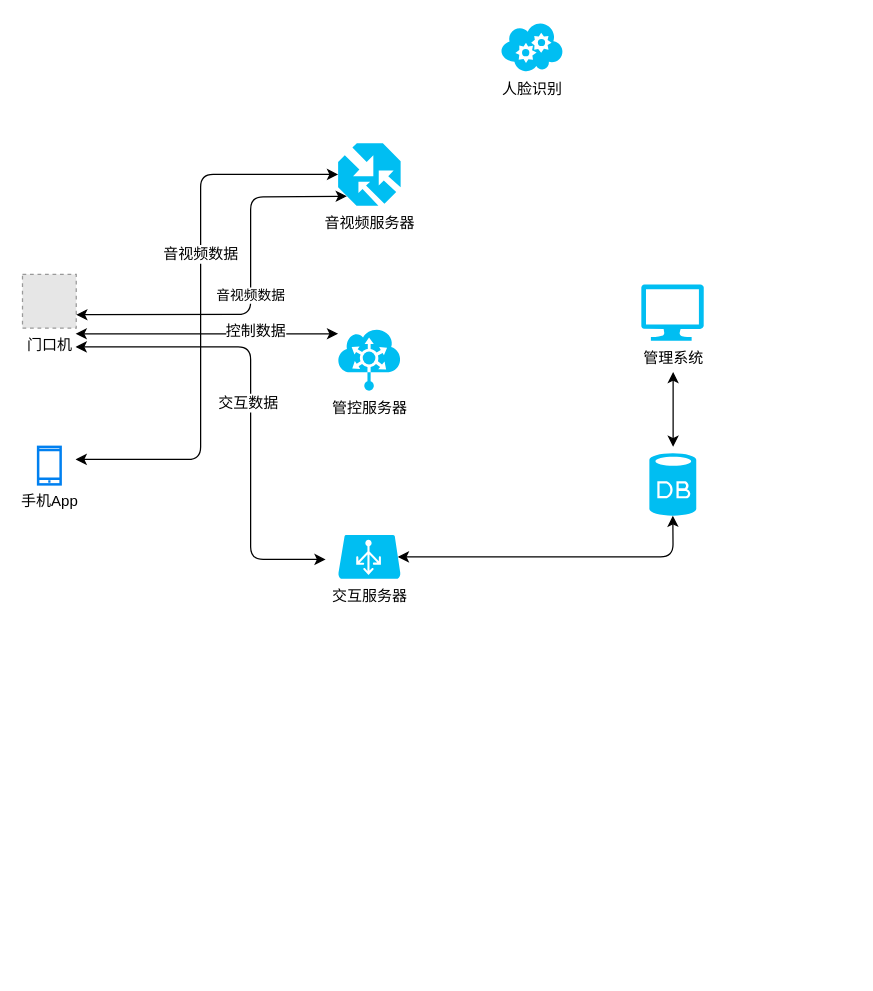
This is page "Page-1" (1 of 2) of smartdoor.drawio from jeffmacn/myjava, a draw.io file, before an edit. Source tidied: cells renumbered, new cells numbered last; positions are measured from the earlier drawing's top-left corner, leaving out a move shared by most shapes. Both pictures are drawn from the tidied source at 125%, with x=0, y=0 at pixel (22, 21). Pictures stored in the file or linked from it are replaced by grey dashed boxes.
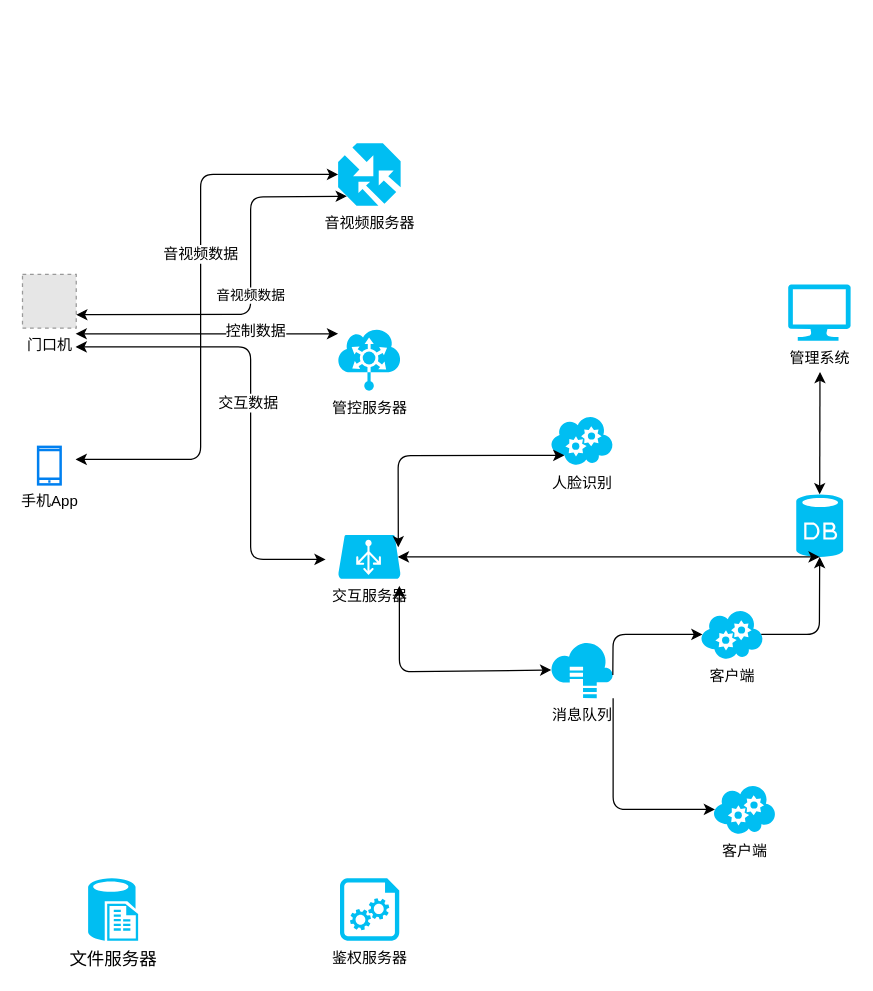
After the change.

The change refers to these unchanged cells:
```xml
<mxCell id="6" value="交互服务器" style="verticalLabelPosition=bottom;html=1;verticalAlign=top;align=center;strokeColor=none;fillColor=#00BEF2;shape=mxgraph.azure.azure_load_balancer;" parent="1" vertex="1">
  <mxGeometry x="252" y="410.5" width="50" height="35" as="geometry" />
</mxCell>
```

What changed in the source:
```diff
@@
     <mxCell id="4" style="verticalLabelPosition=bottom;html=1;verticalAlign=top;align=center;strokeColor=none;fillColor=#00BEF2;shape=mxgraph.azure.database;" parent="1" vertex="1">
-      <mxGeometry x="501" y="345" width="37.5" height="50" as="geometry" />
+      <mxGeometry x="618.5" y="378" width="37.5" height="50" as="geometry" />
     </mxCell>
@@
     <mxCell id="8" value="管理系统" style="verticalLabelPosition=bottom;html=1;verticalAlign=top;align=center;strokeColor=none;fillColor=#00BEF2;shape=mxgraph.azure.computer;" parent="1" vertex="1">
-      <mxGeometry x="494.5" y="210" width="50" height="45" as="geometry" />
+      <mxGeometry x="612" y="210" width="50" height="45" as="geometry" />
     </mxCell>
@@
-    <mxCell id="17" style="endArrow=classic;startArrow=classic;html=1;" parent="1" edge="1">
+    <mxCell id="17" style="endArrow=classic;startArrow=classic;html=1;exitX=0.5;exitY=0;exitDx=0;exitDy=0;exitPerimeter=0;" parent="1" edge="1" source="4">
       <mxGeometry relative="1" as="geometry">
-        <mxPoint x="520" y="340" as="sourcePoint" />
-        <mxPoint x="520" y="280" as="targetPoint" />
+        <mxPoint x="637.5" y="280" as="targetPoint" />
       </mxGeometry>
     </mxCell>
     <mxCell id="18" value="人脸识别" style="verticalLabelPosition=bottom;html=1;verticalAlign=top;align=center;strokeColor=none;fillColor=#00BEF2;shape=mxgraph.azure.cloud_service;" parent="1" vertex="1">
-      <mxGeometry x="382" width="50" height="40" as="geometry" />
+      <mxGeometry x="422" y="314.8" width="50" height="40" as="geometry" />
     </mxCell>
+    <mxCell id="19" value="消息队列" style="verticalLabelPosition=bottom;html=1;verticalAlign=top;align=center;strokeColor=none;fillColor=#00BEF2;shape=mxgraph.azure.storsimple;fontColor=#000000;" parent="1" vertex="1">
+      <mxGeometry x="422" y="496" width="50" height="45" as="geometry" />
+    </mxCell>
+    <mxCell id="20" style="endArrow=classic;startArrow=classic;html=1;fontColor=#000000;exitX=0.01;exitY=0.5;exitDx=0;exitDy=0;exitPerimeter=0;entryX=0.98;entryY=1.162;entryDx=0;entryDy=0;entryPerimeter=0;" parent="1" edge="1" source="19" target="6">
+      <mxGeometry relative="1" as="geometry">
+        <Array as="points">
+          <mxPoint x="301" y="520" />
+        </Array>
+      </mxGeometry>
+    </mxCell>
+    <mxCell id="21" value="客户端" style="verticalLabelPosition=bottom;html=1;verticalAlign=top;align=center;strokeColor=none;fillColor=#00BEF2;shape=mxgraph.azure.cloud_service;fontColor=#000000;" parent="1" vertex="1">
+      <mxGeometry x="542" y="470" width="50" height="40" as="geometry" />
+    </mxCell>
+    <mxCell id="22" style="endArrow=classic;html=1;fontColor=#000000;exitX=0.995;exitY=0.59;exitDx=0;exitDy=0;exitPerimeter=0;entryX=0.03;entryY=0.5;entryDx=0;entryDy=0;entryPerimeter=0;" parent="1" edge="1" source="19" target="21">
+      <mxGeometry relative="1" as="geometry">
+        <Array as="points">
+          <mxPoint x="472" y="490" />
+        </Array>
+      </mxGeometry>
+    </mxCell>
+    <mxCell id="23" style="endArrow=classic;html=1;fontColor=#000000;exitX=0.97;exitY=0.5;exitDx=0;exitDy=0;exitPerimeter=0;entryX=0.5;entryY=1;entryDx=0;entryDy=0;entryPerimeter=0;" parent="1" edge="1" source="21" target="4">
+      <mxGeometry relative="1" as="geometry">
+        <Array as="points">
+          <mxPoint x="637" y="490" />
+        </Array>
+      </mxGeometry>
+    </mxCell>
+    <mxCell id="24" style="endArrow=classic;startArrow=classic;html=1;fontColor=#000000;entryX=0.22;entryY=0.8;entryDx=0;entryDy=0;entryPerimeter=0;exitX=0.963;exitY=0.281;exitDx=0;exitDy=0;exitPerimeter=0;" parent="1" edge="1" source="6" target="18">
+      <mxGeometry relative="1" as="geometry">
+        <Array as="points">
+          <mxPoint x="300" y="347" />
+        </Array>
+      </mxGeometry>
+    </mxCell>
+    <mxCell id="25" value="客户端" style="verticalLabelPosition=bottom;html=1;verticalAlign=top;align=center;strokeColor=none;fillColor=#00BEF2;shape=mxgraph.azure.cloud_service;fontColor=#000000;" parent="1" vertex="1">
+      <mxGeometry x="552" y="610" width="50" height="40" as="geometry" />
+    </mxCell>
+    <mxCell id="26" style="endArrow=classic;html=1;fontColor=#000000;entryX=0.03;entryY=0.5;entryDx=0;entryDy=0;entryPerimeter=0;" parent="1" edge="1" target="25">
+      <mxGeometry relative="1" as="geometry">
+        <mxPoint x="472" y="541" as="sourcePoint" />
+        <Array as="points">
+          <mxPoint x="472" y="630" />
+        </Array>
+      </mxGeometry>
+    </mxCell>
+    <mxCell id="27" value="鉴权服务器" style="verticalLabelPosition=bottom;html=1;verticalAlign=top;align=center;strokeColor=none;fillColor=#00BEF2;shape=mxgraph.azure.startup_task;fontColor=#000000;" parent="1" vertex="1">
+      <mxGeometry x="253.5" y="685" width="47.5" height="50" as="geometry" />
+    </mxCell>
+    <mxCell id="28" value="文件服务器" style="verticalLabelPosition=bottom;html=1;verticalAlign=top;align=center;strokeColor=none;fillColor=#00BEF2;shape=mxgraph.azure.sql_reporting;fontSize=14;fontColor=#000000;" parent="1" vertex="1">
+      <mxGeometry x="52" y="685" width="40" height="50" as="geometry" />
+    </mxCell>
```
